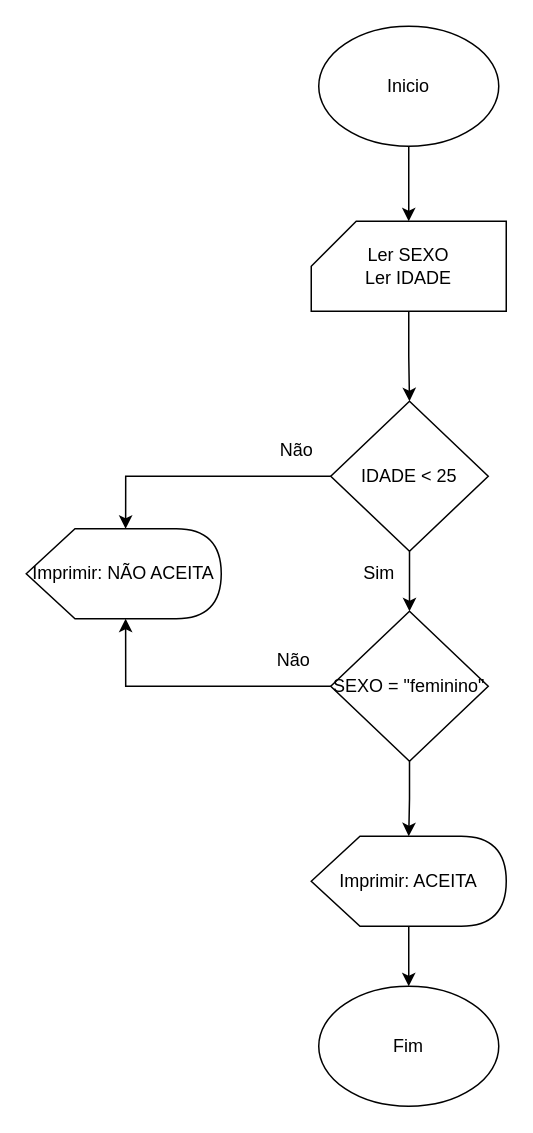
Before: Eighth Diagram.drawio in LuizHelio-Fim/Fluxogramas, a draw.io diagram. Source tidied: cells renumbered, new cells numbered last; positions are measured from the earlier drawing's top-left corner, leaving out a move shared by most shapes. Both pictures are drawn from the tidied source at 150%, with x=0, y=0 at pixel (26, 26).
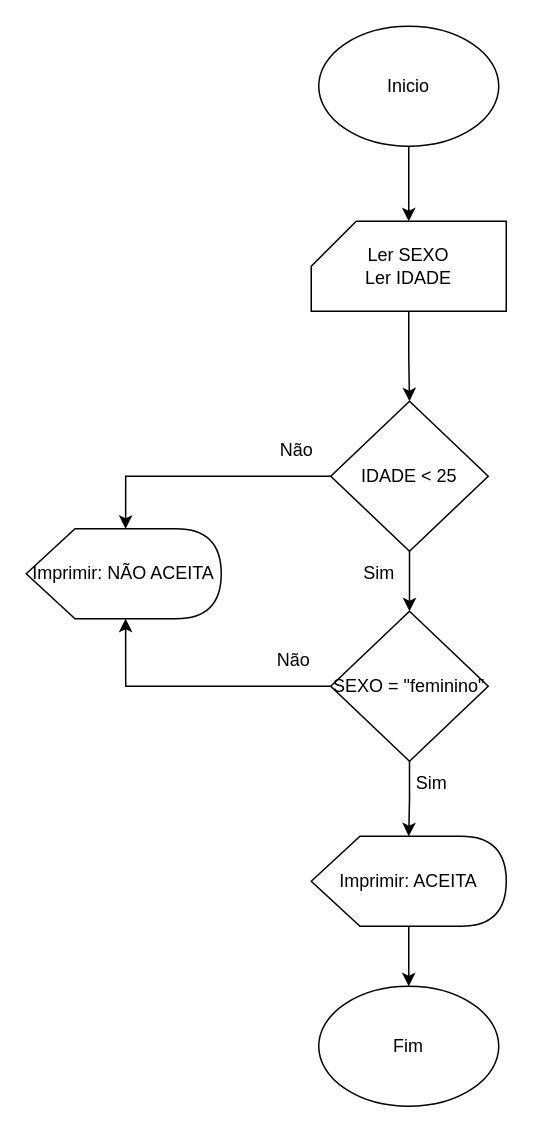
After the change.

Change to the diagram source:
```diff
@@
 <mxGraphModel>
   <root>
     <mxCell id="0" />
     <mxCell id="1" parent="0" />
     <mxCell id="2" style="edgeStyle=orthogonalEdgeStyle;rounded=0;jettySize=auto;html=1;" parent="1" edge="1" source="3" target="5">
       <mxGeometry relative="1" as="geometry" />
     </mxCell>
     <mxCell id="3" value="Inicio" style="ellipse;whiteSpace=wrap;html=1;" parent="1" vertex="1">
       <mxGeometry x="195" width="120" height="80" as="geometry" />
     </mxCell>
     <mxCell id="4" style="edgeStyle=orthogonalEdgeStyle;rounded=0;jettySize=auto;html=1;" parent="1" edge="1" source="5" target="7">
       <mxGeometry relative="1" as="geometry" />
     </mxCell>
     <mxCell id="5" value="Ler SEXO&lt;div&gt;Ler IDADE&lt;/div&gt;" style="shape=card;whiteSpace=wrap;html=1;" parent="1" vertex="1">
       <mxGeometry x="190" y="130" width="130" height="60" as="geometry" />
     </mxCell>
     <mxCell id="6" style="edgeStyle=orthogonalEdgeStyle;rounded=0;jettySize=auto;html=1;" parent="1" edge="1" source="7" target="11">
       <mxGeometry relative="1" as="geometry" />
     </mxCell>
     <mxCell id="7" value="IDADE &amp;lt; 25" style="rhombus;whiteSpace=wrap;html=1;" parent="1" vertex="1">
       <mxGeometry x="203" y="250" width="105" height="100" as="geometry" />
     </mxCell>
     <mxCell id="8" value="Imprimir: NÃO ACEITA" style="shape=display;whiteSpace=wrap;html=1;" parent="1" vertex="1">
       <mxGeometry y="335" width="130" height="60" as="geometry" />
     </mxCell>
     <mxCell id="9" value="Não" style="text;html=1;align=center;verticalAlign=middle;strokeColor=none;fillColor=none;" parent="1" vertex="1">
       <mxGeometry x="155" y="268" width="50" height="30" as="geometry" />
     </mxCell>
     <mxCell id="10" style="edgeStyle=orthogonalEdgeStyle;rounded=0;jettySize=auto;html=1;" parent="1" edge="1" source="11" target="17">
       <mxGeometry relative="1" as="geometry" />
     </mxCell>
     <mxCell id="11" value="SEXO = &quot;feminino&quot;" style="rhombus;whiteSpace=wrap;html=1;" parent="1" vertex="1">
       <mxGeometry x="203" y="390" width="105" height="100" as="geometry" />
     </mxCell>
     <mxCell id="12" value="Sim" style="text;html=1;align=center;verticalAlign=middle;strokeColor=none;fillColor=none;" parent="1" vertex="1">
       <mxGeometry x="215" y="350" width="40" height="30" as="geometry" />
     </mxCell>
     <mxCell id="13" style="edgeStyle=orthogonalEdgeStyle;rounded=0;jettySize=auto;html=1;exitX=0;exitY=0.5;exitDx=0;exitDy=0;entryX=0;entryY=0;entryDx=66.25;entryDy=0;entryPerimeter=0;" parent="1" edge="1" source="7" target="8">
       <mxGeometry relative="1" as="geometry" />
     </mxCell>
     <mxCell id="14" style="edgeStyle=orthogonalEdgeStyle;rounded=0;jettySize=auto;html=1;exitX=0;exitY=0.5;exitDx=0;exitDy=0;entryX=0;entryY=0;entryDx=66.25;entryDy=60;entryPerimeter=0;" parent="1" edge="1" source="11" target="8">
       <mxGeometry relative="1" as="geometry" />
     </mxCell>
     <mxCell id="15" value="Não" style="text;html=1;align=center;verticalAlign=middle;strokeColor=none;fillColor=none;" parent="1" vertex="1">
       <mxGeometry x="153" y="408" width="50" height="30" as="geometry" />
     </mxCell>
     <mxCell id="16" style="edgeStyle=orthogonalEdgeStyle;rounded=0;jettySize=auto;html=1;" parent="1" edge="1" source="17" target="18">
       <mxGeometry relative="1" as="geometry" />
     </mxCell>
     <mxCell id="17" value="Imprimir: ACEITA" style="shape=display;whiteSpace=wrap;html=1;" parent="1" vertex="1">
       <mxGeometry x="190" y="540" width="130" height="60" as="geometry" />
     </mxCell>
     <mxCell id="18" value="Fim" style="ellipse;whiteSpace=wrap;html=1;" parent="1" vertex="1">
       <mxGeometry x="195" y="640" width="120" height="80" as="geometry" />
     </mxCell>
+    <mxCell id="19" value="Sim" style="text;html=1;align=center;verticalAlign=middle;strokeColor=none;fillColor=none;" parent="1" vertex="1">
+      <mxGeometry x="250" y="490" width="40" height="30" as="geometry" />
+    </mxCell>
   </root>
 </mxGraphModel>
```
